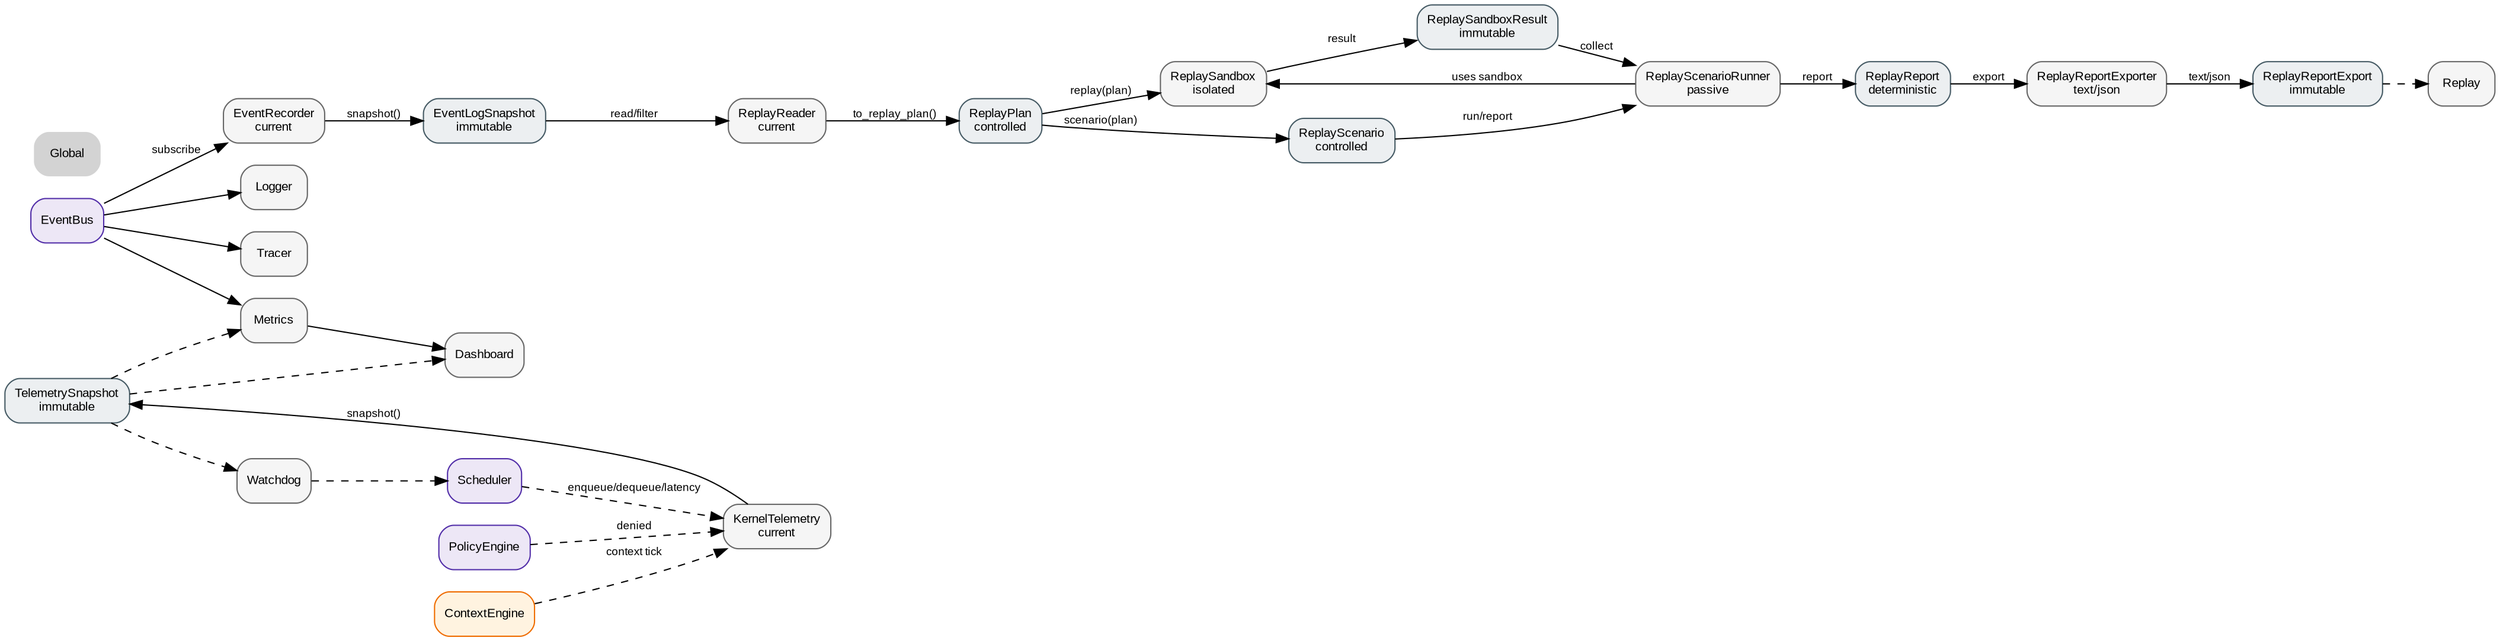
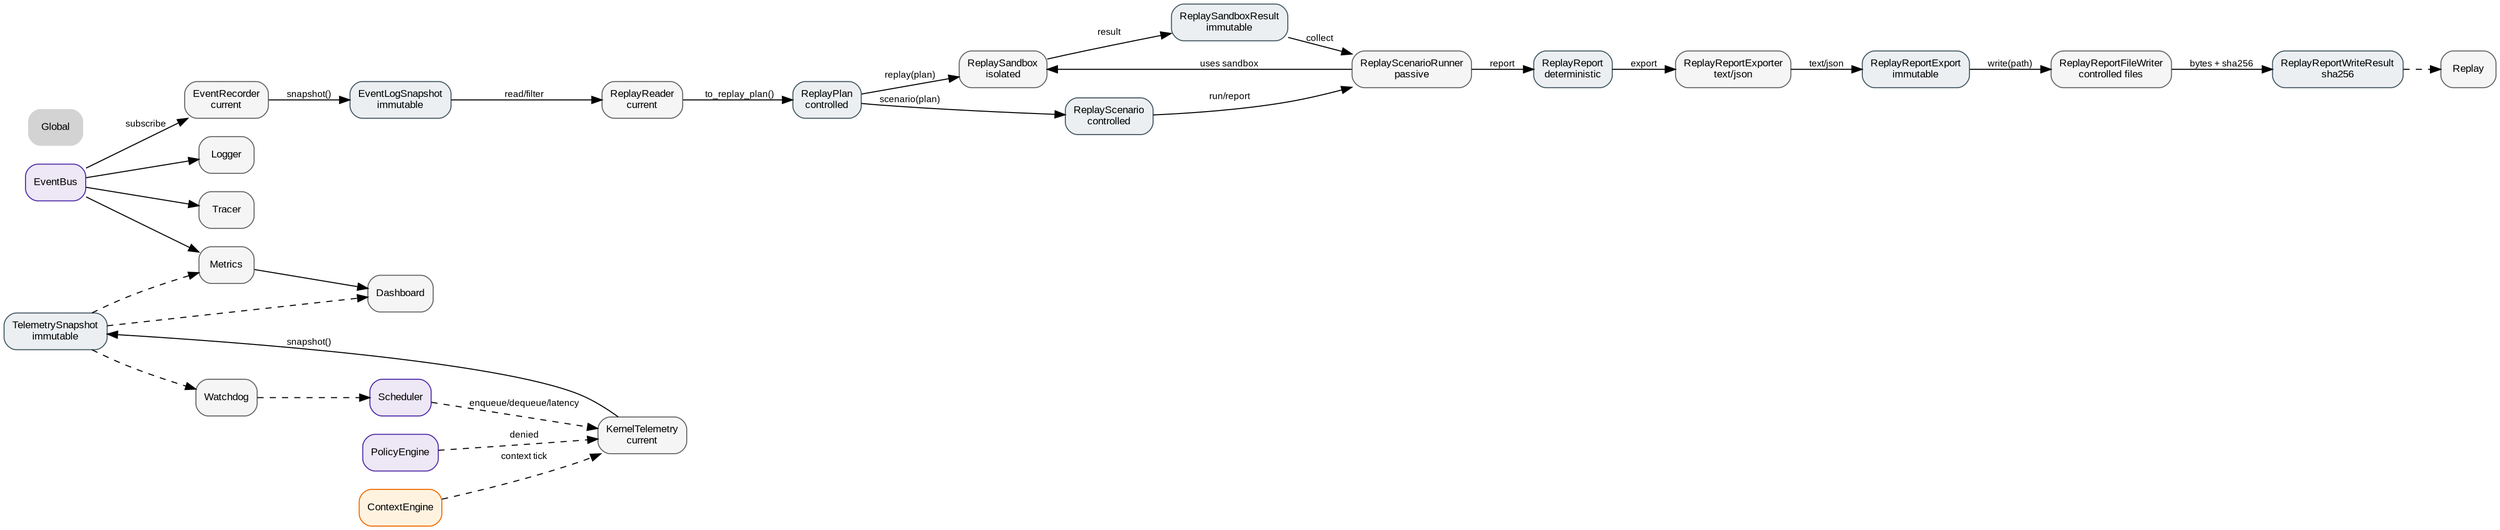
digraph Observability {
    rankdir=LR;
    node [shape=box, style="rounded,filled", fontname="Arial", fontsize=10];
    edge [fontname="Arial", fontsize=9];

-     // ROADMAP_NOTE[phase2_2]:
-     // ReplayReportExporter ajoute des exports texte/JSON déterministes.
-     // L'export reste hors chemin de commande et ne connaît pas le Scheduler.
-     // Aucun payload vivant ni Future ne sort dans le rapport exporté.
-     // Recorder, reader, sandbox, report et exporter restent passifs.
+     // ROADMAP_NOTE[phase2_3]:
+     // ReplayReportFileWriter persiste les exports replay vers fichiers explicites.
+     // L'écriture reste hors chemin de commande et ne connaît pas le Scheduler.
+     // Aucun chemin implicite, aucune extension implicite, aucun overwrite implicite.
+     // Le résultat d'écriture expose bytes_written et sha256 pour contrôle déterministe.

    EventBus [fillcolor="#ede7f6", color="#512da8", URL="../scheduler/10_scheduler.svg"];
    Scheduler [fillcolor="#ede7f6", color="#512da8", URL="../scheduler/10_scheduler.svg"];
    PolicyEngine [fillcolor="#ede7f6", color="#512da8", URL="../scheduler/10_scheduler.svg"];
    ContextEngine [fillcolor="#fff3e0", color="#ef6c00", URL="../context/20_context.svg"];
    KernelTelemetry [label="KernelTelemetry
current", fillcolor="#f5f5f5", color="#666666"];
    EventRecorder [label="EventRecorder
current", fillcolor="#f5f5f5", color="#666666"];
    EventLog [label="EventLogSnapshot
immutable", fillcolor="#eceff1", color="#455a64"];
    ReplayReader [label="ReplayReader
current", fillcolor="#f5f5f5", color="#666666"];
    ReplayPlan [label="ReplayPlan
controlled", fillcolor="#eceff1", color="#455a64"];
    ReplaySandbox [label="ReplaySandbox
isolated", fillcolor="#f5f5f5", color="#666666"];
    ReplaySandboxResult [label="ReplaySandboxResult
immutable", fillcolor="#eceff1", color="#455a64"];
    ReplayScenario [label="ReplayScenario
controlled", fillcolor="#eceff1", color="#455a64"];
    ReplayScenarioRunner [label="ReplayScenarioRunner
passive", fillcolor="#f5f5f5", color="#666666"];
    ReplayReport [label="ReplayReport
deterministic", fillcolor="#eceff1", color="#455a64"];
    ReplayReportExporter [label="ReplayReportExporter
text/json", fillcolor="#f5f5f5", color="#666666"];
    ReplayReportExport [label="ReplayReportExport
immutable", fillcolor="#eceff1", color="#455a64"];
+     ReplayReportFileWriter [label="ReplayReportFileWriter
+ controlled files", fillcolor="#f5f5f5", color="#666666"];
+     ReplayReportWriteResult [label="ReplayReportWriteResult
+ sha256", fillcolor="#eceff1", color="#455a64"];
    Snapshot [label="TelemetrySnapshot
immutable", fillcolor="#eceff1", color="#455a64"];
    Logger [fillcolor="#f5f5f5", color="#666666"];
    Metrics [fillcolor="#f5f5f5", color="#666666"];
    Replay [fillcolor="#f5f5f5", color="#666666"];
    Dashboard [fillcolor="#f5f5f5", color="#666666"];
    Watchdog [fillcolor="#f5f5f5", color="#666666"];
    Tracer [fillcolor="#f5f5f5", color="#666666"];

    Scheduler -> KernelTelemetry [style=dashed, label="enqueue/dequeue/latency"];
    PolicyEngine -> KernelTelemetry [style=dashed, label="denied"];
    ContextEngine -> KernelTelemetry [style=dashed, label="context tick"];
    KernelTelemetry -> Snapshot [label="snapshot()"];
    Snapshot -> Metrics [style=dashed];
    Snapshot -> Dashboard [style=dashed];
    Snapshot -> Watchdog [style=dashed];

    EventBus -> Logger;
    EventBus -> Metrics;
    EventBus -> EventRecorder [label="subscribe"];
    EventRecorder -> EventLog [label="snapshot()"];
    EventLog -> ReplayReader [label="read/filter"];
    ReplayReader -> ReplayPlan [label="to_replay_plan()"];
    ReplayPlan -> ReplaySandbox [label="replay(plan)"];
    ReplaySandbox -> ReplaySandboxResult [label="result"];
    ReplayPlan -> ReplayScenario [label="scenario(plan)"];
    ReplayScenario -> ReplayScenarioRunner [label="run/report"];
    ReplayScenarioRunner -> ReplaySandbox [label="uses sandbox"];
    ReplaySandboxResult -> ReplayScenarioRunner [label="collect"];
    ReplayScenarioRunner -> ReplayReport [label="report"];
    ReplayReport -> ReplayReportExporter [label="export"];
    ReplayReportExporter -> ReplayReportExport [label="text/json"];
-     ReplayReportExport -> Replay [style=dashed];
+     ReplayReportExport -> ReplayReportFileWriter [label="write(path)"];
+     ReplayReportFileWriter -> ReplayReportWriteResult [label="bytes + sha256"];
+     ReplayReportWriteResult -> Replay [style=dashed];
    Metrics -> Dashboard;
    EventBus -> Tracer;
    Watchdog -> Scheduler [style=dashed];

    Nav_Global [label="Global", shape=plaintext, URL="../00_global.svg"];
}
